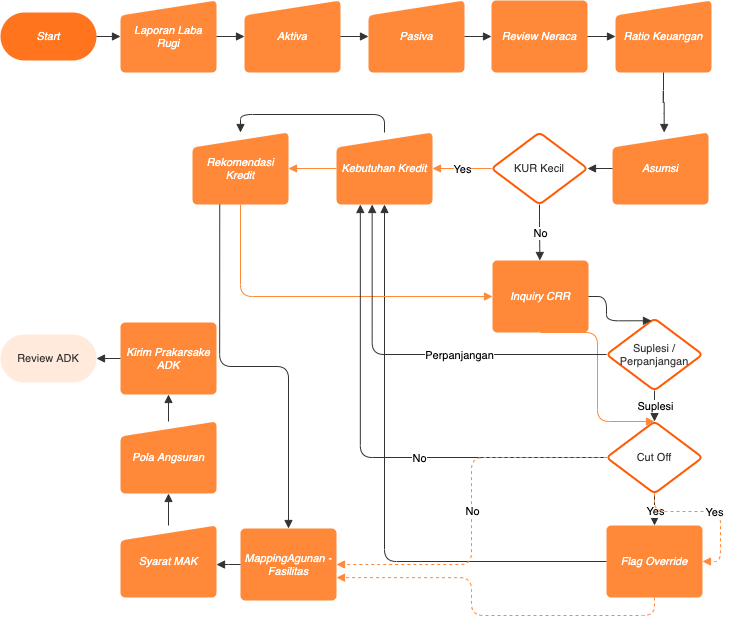
This is suplesi_perpanjangan_web-prakarsa suplesi perpanjangan web.png from icdelight/flowchart, a draw.io export, as it was before one commit. Source tidied: cells renumbered, new cells last; positions are measured from the earlier drawing's top-left corner, leaving out a move shared by most shapes.
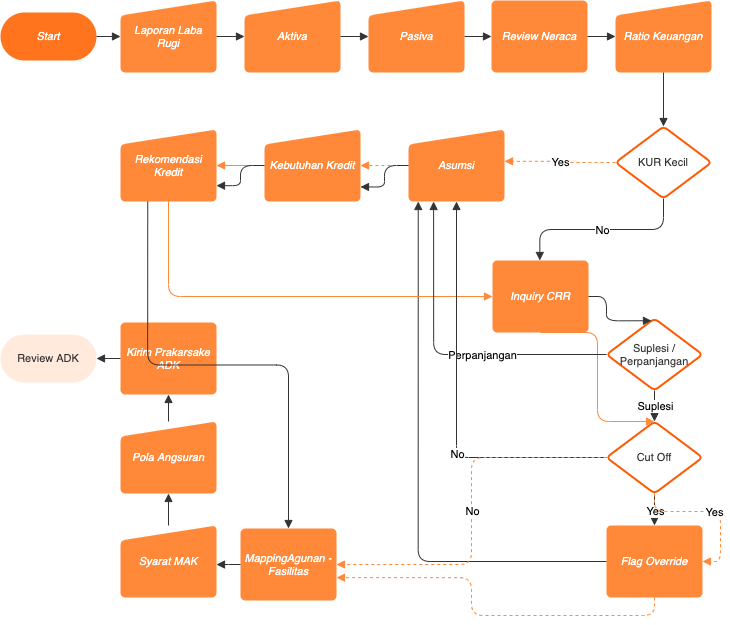
Above is the later version.

Change to the diagram source:
```diff
@@ -27,13 +27,13 @@
       <mxGeometry x="615" width="96" height="72" as="geometry" />
     </mxCell>
     <mxCell id="10" value="Asumsi" style="html=1;whiteSpace=wrap;shape=manualInput;size=15;fontSize=11;fontColor=#ffffff;fontStyle=2;spacing=3;strokeOpacity=0;fillOpacity=100;rounded=1;absoluteArcSize=1;arcSize=9.6;fillColor=#ff8839;" parent="1" vertex="1">
-      <mxGeometry x="612" y="132" width="96" height="72" as="geometry" />
+      <mxGeometry x="408" y="129" width="96" height="72" as="geometry" />
     </mxCell>
     <mxCell id="11" value="Kebutuhan Kredit" style="html=1;whiteSpace=wrap;shape=manualInput;size=15;fontSize=11;fontColor=#ffffff;fontStyle=2;spacing=3;strokeOpacity=0;fillOpacity=100;rounded=1;absoluteArcSize=1;arcSize=9.6;fillColor=#ff8839;" parent="1" vertex="1">
-      <mxGeometry x="336" y="132" width="96" height="72" as="geometry" />
+      <mxGeometry x="264" y="129" width="96" height="72" as="geometry" />
     </mxCell>
     <mxCell id="12" value="Rekomendasi Kredit" style="html=1;whiteSpace=wrap;shape=manualInput;size=15;fontSize=11;fontColor=#ffffff;fontStyle=2;spacing=3;strokeOpacity=0;fillOpacity=100;rounded=1;absoluteArcSize=1;arcSize=9.6;fillColor=#ff8839;" parent="1" vertex="1">
-      <mxGeometry x="192" y="132" width="96" height="72" as="geometry" />
+      <mxGeometry x="120" y="129" width="96" height="72" as="geometry" />
     </mxCell>
     <mxCell id="13" value="Syarat MAK" style="html=1;whiteSpace=wrap;shape=manualInput;size=15;fontSize=11;fontColor=#ffffff;fontStyle=2;spacing=3;strokeOpacity=0;fillOpacity=100;rounded=1;absoluteArcSize=1;arcSize=9.6;fillColor=#ff8839;" parent="1" vertex="1">
       <mxGeometry x="120" y="525" width="96" height="72" as="geometry" />
@@ -68,103 +68,106 @@
     <mxCell id="23" style="html=1;jettySize=18;fontSize=11;strokeColor=#333333;strokeOpacity=100;rounded=1;arcSize=24;edgeStyle=orthogonalEdgeStyle;startArrow=none;endArrow=block;endFill=1;exitX=1;exitY=0.5;exitPerimeter=1;entryX=0;entryY=0.5;entryPerimeter=1;" parent="1" edge="1" source="6" target="9">
       <mxGeometry relative="1" as="geometry" />
     </mxCell>
-    <mxCell id="24" style="html=1;jettySize=18;fontSize=11;strokeColor=#333333;strokeOpacity=100;rounded=1;arcSize=24;edgeStyle=orthogonalEdgeStyle;startArrow=none;endArrow=block;endFill=1;exitX=0.5;exitY=1;exitPerimeter=1;entryX=0.5323276392671573;entryY=0.07763361157091246;entryPerimeter=1;" parent="1" edge="1" source="9" target="10">
-      <mxGeometry relative="1" as="geometry" />
+    <mxCell id="24" value="Suplesi / Perpanjangan" style="html=1;whiteSpace=wrap;rhombus;fontSize=11;fontColor=#333333;spacing=3;strokeColor=#fe5900;strokeOpacity=100;rounded=1;absoluteArcSize=1;arcSize=9.6;strokeWidth=2;" parent="1" vertex="1">
+      <mxGeometry x="606" y="318" width="96" height="72" as="geometry" />
     </mxCell>
-    <mxCell id="25" value="Suplesi / Perpanjangan" style="html=1;whiteSpace=wrap;rhombus;fontSize=11;fontColor=#333333;spacing=3;strokeColor=#fe5900;strokeOpacity=100;rounded=1;absoluteArcSize=1;arcSize=9.6;strokeWidth=2;" parent="1" vertex="1">
-      <mxGeometry x="606" y="318" width="96" height="72" as="geometry" />
+    <mxCell id="25" style="html=1;jettySize=18;fontSize=11;strokeColor=#333333;strokeOpacity=100;rounded=1;arcSize=24;edgeStyle=orthogonalEdgeStyle;startArrow=none;endArrow=block;endFill=1;exitX=1;exitY=0.5;exitPerimeter=1;entryX=0.46767236073284274;entryY=0.015217817979098195;entryPerimeter=1;" parent="1" edge="1" source="17" target="24">
+      <mxGeometry relative="1" as="geometry" />
     </mxCell>
-    <mxCell id="26" style="html=1;jettySize=18;fontSize=11;strokeColor=#333333;strokeOpacity=100;rounded=1;arcSize=24;edgeStyle=orthogonalEdgeStyle;startArrow=none;endArrow=block;endFill=1;exitX=1;exitY=0.5;exitPerimeter=1;entryX=0.46767236073284274;entryY=0.015217817979098195;entryPerimeter=1;" parent="1" edge="1" source="17" target="25">
+    <mxCell id="26" style="html=1;jettySize=18;fontSize=11;fontColor=#333333;align=center;strokeColor=#333333;strokeOpacity=100;rounded=1;arcSize=24;edgeStyle=orthogonalEdgeStyle;startArrow=none;endArrow=block;endFill=1;exitX=0.5;exitY=0.9923865597372427;exitPerimeter=1;entryX=0.5;entryY=0.007613440262757424;entryPerimeter=1;" parent="1" edge="1" source="24" target="4">
       <mxGeometry relative="1" as="geometry" />
     </mxCell>
-    <mxCell id="27" style="html=1;jettySize=18;fontSize=11;fontColor=#333333;align=center;strokeColor=#333333;strokeOpacity=100;rounded=1;arcSize=24;edgeStyle=orthogonalEdgeStyle;startArrow=none;endArrow=block;endFill=1;exitX=0.5;exitY=0.9923865597372427;exitPerimeter=1;entryX=0.5;entryY=0.007613440262757424;entryPerimeter=1;" parent="1" edge="1" source="25" target="4">
+    <mxCell id="27" value="Suplesi" style="text;html=1;labelBackgroundColor=#ffffff;align=center;verticalAlign=middle;fontSize=11;" parent="26" vertex="1">
       <mxGeometry relative="1" as="geometry" />
     </mxCell>
-    <mxCell id="28" value="Suplesi" style="text;html=1;labelBackgroundColor=#ffffff;align=center;verticalAlign=middle;fontSize=11;" parent="27" vertex="1">
+    <mxCell id="28" style="html=1;jettySize=18;fontSize=11;fontColor=#333333;align=center;strokeColor=#333333;strokeOpacity=100;rounded=1;arcSize=24;edgeStyle=orthogonalEdgeStyle;startArrow=none;endArrow=block;endFill=1;exitX=0.5;exitY=0.9923865597372427;exitPerimeter=1;entryX=0.5;entryY=0;entryPerimeter=1;" parent="1" edge="1" source="4" target="18">
       <mxGeometry relative="1" as="geometry" />
     </mxCell>
-    <mxCell id="29" style="html=1;jettySize=18;fontSize=11;fontColor=#333333;align=center;strokeColor=#333333;strokeOpacity=100;rounded=1;arcSize=24;edgeStyle=orthogonalEdgeStyle;startArrow=none;endArrow=block;endFill=1;exitX=0.5;exitY=0.9923865597372427;exitPerimeter=1;entryX=0.5;entryY=0;entryPerimeter=1;" parent="1" edge="1" source="4" target="18">
+    <mxCell id="29" value="Yes" style="text;html=1;labelBackgroundColor=#ffffff;align=center;verticalAlign=middle;fontSize=11;" parent="28" vertex="1">
       <mxGeometry relative="1" as="geometry" />
     </mxCell>
-    <mxCell id="30" value="Yes" style="text;html=1;labelBackgroundColor=#ffffff;align=center;verticalAlign=middle;fontSize=11;" parent="29" vertex="1">
-      <mxGeometry relative="1" as="geometry" />
+    <mxCell id="30" value="KUR Kecil" style="html=1;whiteSpace=wrap;rhombus;fontSize=11;fontColor=#333333;spacing=3;strokeColor=#fe5900;strokeOpacity=100;rounded=1;absoluteArcSize=1;arcSize=9.6;strokeWidth=2;" parent="1" vertex="1">
+      <mxGeometry x="615" y="126" width="96" height="72" as="geometry" />
     </mxCell>
-    <mxCell id="31" value="KUR Kecil" style="html=1;whiteSpace=wrap;rhombus;fontSize=11;fontColor=#333333;spacing=3;strokeColor=#fe5900;strokeOpacity=100;rounded=1;absoluteArcSize=1;arcSize=9.6;strokeWidth=2;" parent="1" vertex="1">
-      <mxGeometry x="491" y="132" width="96" height="72" as="geometry" />
+    <mxCell id="31" style="html=1;jettySize=18;fontSize=11;fontColor=#333333;align=center;strokeColor=#333333;strokeOpacity=100;rounded=1;arcSize=24;edgeStyle=orthogonalEdgeStyle;startArrow=none;endArrow=block;endFill=1;exitX=0.5;exitY=0.9923865597372427;exitPerimeter=1;entryX=0.492995729450368;entryY=0;entryPerimeter=1;" parent="1" edge="1" source="30" target="17">
+      <mxGeometry relative="1" as="geometry" />
     </mxCell>
-    <mxCell id="32" style="html=1;jettySize=18;fontSize=11;strokeColor=#333333;strokeOpacity=100;rounded=1;arcSize=24;edgeStyle=orthogonalEdgeStyle;startArrow=none;endArrow=block;endFill=1;exitX=0;exitY=0.5;exitPerimeter=1;entryX=0.9883891171243775;entryY=0.5;entryPerimeter=1;" parent="1" edge="1" source="10" target="31">
+    <mxCell id="32" value="No" style="text;html=1;labelBackgroundColor=#ffffff;align=center;verticalAlign=middle;fontSize=11;" parent="31" vertex="1">
       <mxGeometry relative="1" as="geometry" />
     </mxCell>
-    <mxCell id="33" style="html=1;jettySize=18;fontSize=11;fontColor=#333333;align=center;strokeColor=#333333;strokeOpacity=100;rounded=1;arcSize=24;edgeStyle=orthogonalEdgeStyle;startArrow=none;endArrow=block;endFill=1;exitX=0.5;exitY=0.9923865597372427;exitPerimeter=1;entryX=0.492995729450368;entryY=0;entryPerimeter=1;" parent="1" edge="1" source="31" target="17">
+    <mxCell id="33" style="html=1;jettySize=18;fontSize=11;strokeColor=#333333;strokeOpacity=100;rounded=1;arcSize=24;edgeStyle=orthogonalEdgeStyle;startArrow=none;endArrow=block;endFill=1;exitX=0;exitY=0.5;exitPerimeter=1;entryX=0.10145092051530402;entryY=1;entryPerimeter=1;" parent="1" edge="1" source="18" target="10">
       <mxGeometry relative="1" as="geometry" />
     </mxCell>
-    <mxCell id="34" value="No" style="text;html=1;labelBackgroundColor=#ffffff;align=center;verticalAlign=middle;fontSize=11;" parent="33" vertex="1">
+    <mxCell id="34" style="html=1;jettySize=18;fontSize=11;strokeColor=#333333;strokeOpacity=100;rounded=1;arcSize=24;edgeStyle=orthogonalEdgeStyle;startArrow=none;endArrow=block;endFill=1;exitX=0;exitY=0.5;exitPerimeter=1;entryX=1;entryY=0.542512716638051;entryPerimeter=1;" parent="1" edge="1" source="15" target="13">
       <mxGeometry relative="1" as="geometry" />
     </mxCell>
-    <mxCell id="35" style="html=1;jettySize=18;fontSize=11;strokeColor=#333333;strokeOpacity=100;rounded=1;arcSize=24;edgeStyle=orthogonalEdgeStyle;startArrow=none;endArrow=block;endFill=1;exitX=0;exitY=0.5;exitPerimeter=1;entryX=0.5;entryY=1;entryPerimeter=1;" parent="1" edge="1" source="18" target="11">
+    <mxCell id="35" style="html=1;jettySize=18;fontSize=11;strokeColor=#333333;strokeOpacity=100;rounded=1;arcSize=24;edgeStyle=orthogonalEdgeStyle;startArrow=none;endArrow=block;endFill=1;exitX=0.5;exitY=0.08299999999999995;exitPerimeter=1;entryX=0.5;entryY=1;entryPerimeter=1;" parent="1" edge="1" source="13" target="14">
       <mxGeometry relative="1" as="geometry" />
     </mxCell>
-    <mxCell id="36" style="html=1;jettySize=18;fontSize=11;strokeColor=#333333;strokeOpacity=100;rounded=1;arcSize=24;edgeStyle=orthogonalEdgeStyle;startArrow=none;endArrow=block;endFill=1;exitX=0;exitY=0.5;exitPerimeter=1;entryX=1;entryY=0.542512716638051;entryPerimeter=1;" parent="1" edge="1" source="15" target="13">
+    <mxCell id="36" style="html=1;jettySize=18;fontSize=11;strokeColor=#333333;strokeOpacity=100;rounded=1;arcSize=24;edgeStyle=orthogonalEdgeStyle;startArrow=none;endArrow=block;endFill=1;exitX=0.5;exitY=0.08299999999999995;exitPerimeter=1;entryX=0.5;entryY=1;entryPerimeter=1;" parent="1" edge="1" source="14" target="16">
       <mxGeometry relative="1" as="geometry" />
     </mxCell>
-    <mxCell id="37" style="html=1;jettySize=18;fontSize=11;strokeColor=#333333;strokeOpacity=100;rounded=1;arcSize=24;edgeStyle=orthogonalEdgeStyle;startArrow=none;endArrow=block;endFill=1;exitX=0.5;exitY=0.08299999999999995;exitPerimeter=1;entryX=0.5;entryY=1;entryPerimeter=1;" parent="1" edge="1" source="13" target="14">
+    <mxCell id="37" style="html=1;jettySize=18;fontSize=11;strokeColor=#333333;strokeOpacity=100;rounded=1;arcSize=24;edgeStyle=orthogonalEdgeStyle;startArrow=none;endArrow=block;endFill=1;exitX=0;exitY=0.5;exitPerimeter=1;entryX=1;entryY=0.5;entryPerimeter=1;" parent="1" edge="1" source="16" target="5">
       <mxGeometry relative="1" as="geometry" />
     </mxCell>
-    <mxCell id="38" style="html=1;jettySize=18;fontSize=11;strokeColor=#333333;strokeOpacity=100;rounded=1;arcSize=24;edgeStyle=orthogonalEdgeStyle;startArrow=none;endArrow=block;endFill=1;exitX=0.5;exitY=0.08299999999999995;exitPerimeter=1;entryX=0.5;entryY=1;entryPerimeter=1;" parent="1" edge="1" source="14" target="16">
+    <mxCell id="38" style="html=1;jettySize=18;fontSize=11;strokeColor=#333333;strokeOpacity=100;rounded=1;arcSize=24;edgeStyle=orthogonalEdgeStyle;startArrow=none;endArrow=block;endFill=1;exitX=0.2837056243548751;exitY=1;exitPerimeter=1;entryX=0.5000000000000007;entryY=0;entryPerimeter=1;" parent="1" edge="1" source="12" target="15">
       <mxGeometry relative="1" as="geometry" />
     </mxCell>
-    <mxCell id="39" style="html=1;jettySize=18;fontSize=11;strokeColor=#333333;strokeOpacity=100;rounded=1;arcSize=24;edgeStyle=orthogonalEdgeStyle;startArrow=none;endArrow=block;endFill=1;exitX=0;exitY=0.5;exitPerimeter=1;entryX=1;entryY=0.5;entryPerimeter=1;" parent="1" edge="1" source="16" target="5">
+    <mxCell id="39" style="html=1;jettySize=18;fontSize=11;strokeColor=#ff8839;strokeOpacity=100;rounded=1;arcSize=24;edgeStyle=orthogonalEdgeStyle;endArrow=block;endFill=1;exitX=0;exitY=0.5;exitPerimeter=1;entryX=1;entryY=0.5;entryPerimeter=1;" parent="1" edge="1" source="11" target="12">
       <mxGeometry relative="1" as="geometry" />
     </mxCell>
-    <mxCell id="40" style="html=1;jettySize=18;fontSize=11;strokeColor=#333333;strokeOpacity=100;rounded=1;arcSize=24;edgeStyle=orthogonalEdgeStyle;startArrow=none;endArrow=block;endFill=1;exitX=0.2837056243548751;exitY=1;exitPerimeter=1;entryX=0.5000000000000007;entryY=0;entryPerimeter=1;" parent="1" edge="1" source="12" target="15">
+    <mxCell id="40" style="html=1;jettySize=18;fontSize=11;strokeColor=#ff8839;strokeOpacity=100;rounded=1;arcSize=24;edgeStyle=orthogonalEdgeStyle;endArrow=block;endFill=1;exitX=0.5;exitY=1;exitPerimeter=1;entryX=0;entryY=0.5;entryPerimeter=1;" parent="1" edge="1" source="12" target="17">
       <mxGeometry relative="1" as="geometry" />
     </mxCell>
-    <mxCell id="41" style="html=1;jettySize=18;fontSize=11;fontColor=#333333;align=center;strokeColor=#ff8839;strokeOpacity=100;rounded=1;arcSize=24;edgeStyle=orthogonalEdgeStyle;endArrow=block;endFill=1;exitX=0.011610882875622596;exitY=0.5;exitPerimeter=1;entryX=1;entryY=0.5;entryPerimeter=1;" parent="1" edge="1" source="31" target="11">
-      <mxGeometry relative="1" as="geometry" />
+    <mxCell id="41" style="html=1;jettySize=18;fontSize=11;strokeColor=#ff8839;strokeOpacity=100;rounded=1;arcSize=24;edgeStyle=elbowEdgeStyle;endArrow=block;endFill=1;exitX=0.5;exitY=1;exitPerimeter=1;" parent="1" edge="1" source="17">
+      <mxGeometry relative="1" as="geometry">
+        <mxPoint x="654" y="421" as="targetPoint" />
+      </mxGeometry>
     </mxCell>
-    <mxCell id="42" value="Yes" style="text;html=1;labelBackgroundColor=#ffffff;align=center;verticalAlign=middle;fontSize=11;" parent="41" vertex="1">
+    <mxCell id="42" style="html=1;jettySize=18;fontSize=11;fontColor=#333333;align=center;strokeColor=#333333;strokeOpacity=100;rounded=1;arcSize=24;edgeStyle=orthogonalEdgeStyle;startArrow=none;endArrow=block;endFill=1;exitX=0.011610882875622596;exitY=0.5;exitPerimeter=1;entryX=0.261534427314821;entryY=1;entryPerimeter=1;" parent="1" edge="1" source="24" target="10">
       <mxGeometry relative="1" as="geometry" />
     </mxCell>
-    <mxCell id="43" style="html=1;jettySize=18;fontSize=11;strokeColor=#ff8839;strokeOpacity=100;rounded=1;arcSize=24;edgeStyle=orthogonalEdgeStyle;endArrow=block;endFill=1;exitX=0;exitY=0.5;exitPerimeter=1;entryX=1;entryY=0.5;entryPerimeter=1;" parent="1" edge="1" source="11" target="12">
-      <mxGeometry relative="1" as="geometry" />
+    <mxCell id="43" value="Perpanjangan" style="text;html=1;labelBackgroundColor=#ffffff;align=center;verticalAlign=middle;fontSize=11;" parent="42" vertex="1">
+      <mxGeometry x="-0.23" relative="1" as="geometry" />
     </mxCell>
-    <mxCell id="44" style="html=1;jettySize=18;fontSize=11;strokeColor=#ff8839;strokeOpacity=100;rounded=1;arcSize=24;edgeStyle=orthogonalEdgeStyle;endArrow=block;endFill=1;exitX=0.5;exitY=1;exitPerimeter=1;entryX=0;entryY=0.5;entryPerimeter=1;" parent="1" edge="1" source="12" target="17">
+    <mxCell id="44" style="html=1;jettySize=18;fontSize=11;fontColor=#333333;align=center;strokeColor=#333333;strokeOpacity=100;rounded=1;arcSize=24;edgeStyle=orthogonalEdgeStyle;startArrow=none;endArrow=block;endFill=1;exitX=0.011610882875622596;exitY=0.5;exitPerimeter=1;entryX=0.5;entryY=1;entryPerimeter=1;" parent="1" edge="1" source="4" target="10">
       <mxGeometry relative="1" as="geometry" />
     </mxCell>
-    <mxCell id="45" style="html=1;jettySize=18;fontSize=11;strokeColor=#ff8839;strokeOpacity=100;rounded=1;arcSize=24;edgeStyle=elbowEdgeStyle;endArrow=block;endFill=1;exitX=0.5;exitY=1;exitPerimeter=1;" parent="1" edge="1" source="17">
-      <mxGeometry relative="1" as="geometry">
-        <mxPoint x="654" y="421" as="targetPoint" />
-      </mxGeometry>
+    <mxCell id="45" value="No" style="text;html=1;labelBackgroundColor=#ffffff;align=center;verticalAlign=middle;fontSize=11;" parent="44" vertex="1">
+      <mxGeometry x="-0.25" relative="1" as="geometry" />
     </mxCell>
-    <mxCell id="46" style="html=1;jettySize=18;fontSize=11;fontColor=#333333;align=center;strokeColor=#333333;strokeOpacity=100;rounded=1;arcSize=24;edgeStyle=orthogonalEdgeStyle;startArrow=none;endArrow=block;endFill=1;exitX=0.011610882875622596;exitY=0.5;exitPerimeter=1;entryX=0.37120040011675287;entryY=1;entryPerimeter=1;" parent="1" edge="1" source="25" target="11">
+    <mxCell id="46" style="html=1;jettySize=18;fontSize=11;fontColor=#333333;align=center;strokeColor=#ff8839;strokeOpacity=100;dashed=1;rounded=1;arcSize=24;edgeStyle=orthogonalEdgeStyle;startArrow=none;endArrow=block;endFill=1;exitX=0.5;exitY=0.9923865597372427;exitPerimeter=1;entryX=1;entryY=0.5;entryPerimeter=1;" parent="1" edge="1" source="4" target="18">
       <mxGeometry relative="1" as="geometry" />
     </mxCell>
-    <mxCell id="47" value="Perpanjangan" style="text;html=1;labelBackgroundColor=#ffffff;align=center;verticalAlign=middle;fontSize=11;" parent="46" vertex="1">
-      <mxGeometry x="-0.23" relative="1" as="geometry" />
+    <mxCell id="47" value="Yes" style="text;html=1;labelBackgroundColor=#ffffff;align=center;verticalAlign=middle;fontSize=11;" parent="46" vertex="1">
+      <mxGeometry relative="1" as="geometry" />
     </mxCell>
-    <mxCell id="48" style="html=1;jettySize=18;fontSize=11;fontColor=#333333;align=center;strokeColor=#333333;strokeOpacity=100;rounded=1;arcSize=24;edgeStyle=orthogonalEdgeStyle;startArrow=none;endArrow=block;endFill=1;exitX=0.011610882875622596;exitY=0.5;exitPerimeter=1;entryX=0.24818473474272765;entryY=1;entryPerimeter=1;" parent="1" edge="1" source="4" target="11">
+    <mxCell id="48" style="html=1;jettySize=18;fontSize=11;fontColor=#333333;align=center;strokeColor=#ff8839;strokeOpacity=100;dashed=1;rounded=1;arcSize=24;edgeStyle=orthogonalEdgeStyle;startArrow=none;endArrow=block;endFill=1;exitX=0.011610882875622596;exitY=0.5;exitPerimeter=1;entryX=1;entryY=0.5;entryPerimeter=1;" parent="1" edge="1" source="4" target="15">
       <mxGeometry relative="1" as="geometry" />
     </mxCell>
     <mxCell id="49" value="No" style="text;html=1;labelBackgroundColor=#ffffff;align=center;verticalAlign=middle;fontSize=11;" parent="48" vertex="1">
-      <mxGeometry x="-0.25" relative="1" as="geometry" />
+      <mxGeometry relative="1" as="geometry" />
     </mxCell>
-    <mxCell id="50" style="html=1;jettySize=18;fontSize=11;strokeColor=#333333;strokeOpacity=100;rounded=1;arcSize=24;edgeStyle=orthogonalEdgeStyle;startArrow=none;endArrow=block;endFill=1;exitX=0.5;exitY=0.08299999999999995;exitPerimeter=1;entryX=0.5;entryY=0.1;entryPerimeter=1;" parent="1" edge="1" source="11" target="12">
+    <mxCell id="50" style="html=1;jettySize=18;fontSize=11;strokeColor=#ff8839;strokeOpacity=100;dashed=1;rounded=1;arcSize=24;edgeStyle=orthogonalEdgeStyle;startArrow=none;endArrow=block;endFill=1;exitX=0.5;exitY=1;exitPerimeter=1;entryX=1;entryY=0.6823938480844163;entryPerimeter=1;" parent="1" edge="1" source="18" target="15">
       <mxGeometry relative="1" as="geometry" />
     </mxCell>
-    <mxCell id="51" style="html=1;jettySize=18;fontSize=11;fontColor=#333333;align=center;strokeColor=#ff8839;strokeOpacity=100;dashed=1;rounded=1;arcSize=24;edgeStyle=orthogonalEdgeStyle;startArrow=none;endArrow=block;endFill=1;exitX=0.5;exitY=0.9923865597372427;exitPerimeter=1;entryX=1;entryY=0.5;entryPerimeter=1;" parent="1" edge="1" source="4" target="18">
+    <mxCell id="51" style="html=1;jettySize=18;fontSize=11;fontColor=#333333;align=center;strokeColor=#ff8839;strokeOpacity=100;dashed=1;rounded=1;arcSize=24;edgeStyle=orthogonalEdgeStyle;startArrow=none;endArrow=block;endFill=1;exitX=0.011610882875622596;exitY=0.5;exitPerimeter=1;entryX=1;entryY=0.44207017891532463;entryPerimeter=1;" parent="1" edge="1" source="30" target="10">
       <mxGeometry relative="1" as="geometry" />
     </mxCell>
     <mxCell id="52" value="Yes" style="text;html=1;labelBackgroundColor=#ffffff;align=center;verticalAlign=middle;fontSize=11;" parent="51" vertex="1">
       <mxGeometry relative="1" as="geometry" />
     </mxCell>
-    <mxCell id="53" style="html=1;jettySize=18;fontSize=11;fontColor=#333333;align=center;strokeColor=#ff8839;strokeOpacity=100;dashed=1;rounded=1;arcSize=24;edgeStyle=orthogonalEdgeStyle;startArrow=none;endArrow=block;endFill=1;exitX=0.011610882875622596;exitY=0.5;exitPerimeter=1;entryX=1;entryY=0.5;entryPerimeter=1;" parent="1" edge="1" source="4" target="15">
+    <mxCell id="53" style="html=1;jettySize=18;fontSize=11;strokeColor=#ff8839;strokeOpacity=100;dashed=1;rounded=1;arcSize=24;edgeStyle=orthogonalEdgeStyle;endArrow=block;endFill=1;exitX=0;exitY=0.5;exitPerimeter=1;entryX=1;entryY=0.5;entryPerimeter=1;" parent="1" edge="1" source="10" target="11">
       <mxGeometry relative="1" as="geometry" />
     </mxCell>
-    <mxCell id="54" value="No" style="text;html=1;labelBackgroundColor=#ffffff;align=center;verticalAlign=middle;fontSize=11;" parent="53" vertex="1">
+    <mxCell id="54" style="html=1;jettySize=18;fontSize=11;strokeColor=#333333;strokeOpacity=100;rounded=1;arcSize=24;edgeStyle=orthogonalEdgeStyle;startArrow=none;endArrow=block;endFill=1;exitX=0.5;exitY=1;exitPerimeter=1;entryX=0.5;entryY=0.007613440262757424;entryPerimeter=1;" parent="1" edge="1" source="9" target="30">
       <mxGeometry relative="1" as="geometry" />
     </mxCell>
-    <mxCell id="55" style="html=1;jettySize=18;fontSize=11;strokeColor=#ff8839;strokeOpacity=100;dashed=1;rounded=1;arcSize=24;edgeStyle=orthogonalEdgeStyle;startArrow=none;endArrow=block;endFill=1;exitX=0.5;exitY=1;exitPerimeter=1;entryX=1;entryY=0.6823938480844163;entryPerimeter=1;" parent="1" edge="1" source="18" target="15">
+    <mxCell id="55" style="html=1;jettySize=18;fontSize=11;strokeColor=#333333;strokeOpacity=100;rounded=1;arcSize=24;edgeStyle=orthogonalEdgeStyle;startArrow=none;endArrow=block;endFill=1;exitX=0;exitY=0.5;exitPerimeter=1;entryX=1;entryY=0.7979743869645868;entryPerimeter=1;" parent="1" edge="1" source="10" target="11">
       <mxGeometry relative="1" as="geometry" />
     </mxCell>
+    <mxCell id="56" style="html=1;jettySize=18;fontSize=11;strokeColor=#333333;strokeOpacity=100;rounded=1;arcSize=24;edgeStyle=orthogonalEdgeStyle;startArrow=none;endArrow=block;endFill=1;exitX=0;exitY=0.5;exitPerimeter=1;entryX=1;entryY=0.7801873306535294;entryPerimeter=1;" parent="1" edge="1" source="11" target="12">
+      <mxGeometry relative="1" as="geometry" />
+    </mxCell>
   </root>
 </mxGraphModel>
```
